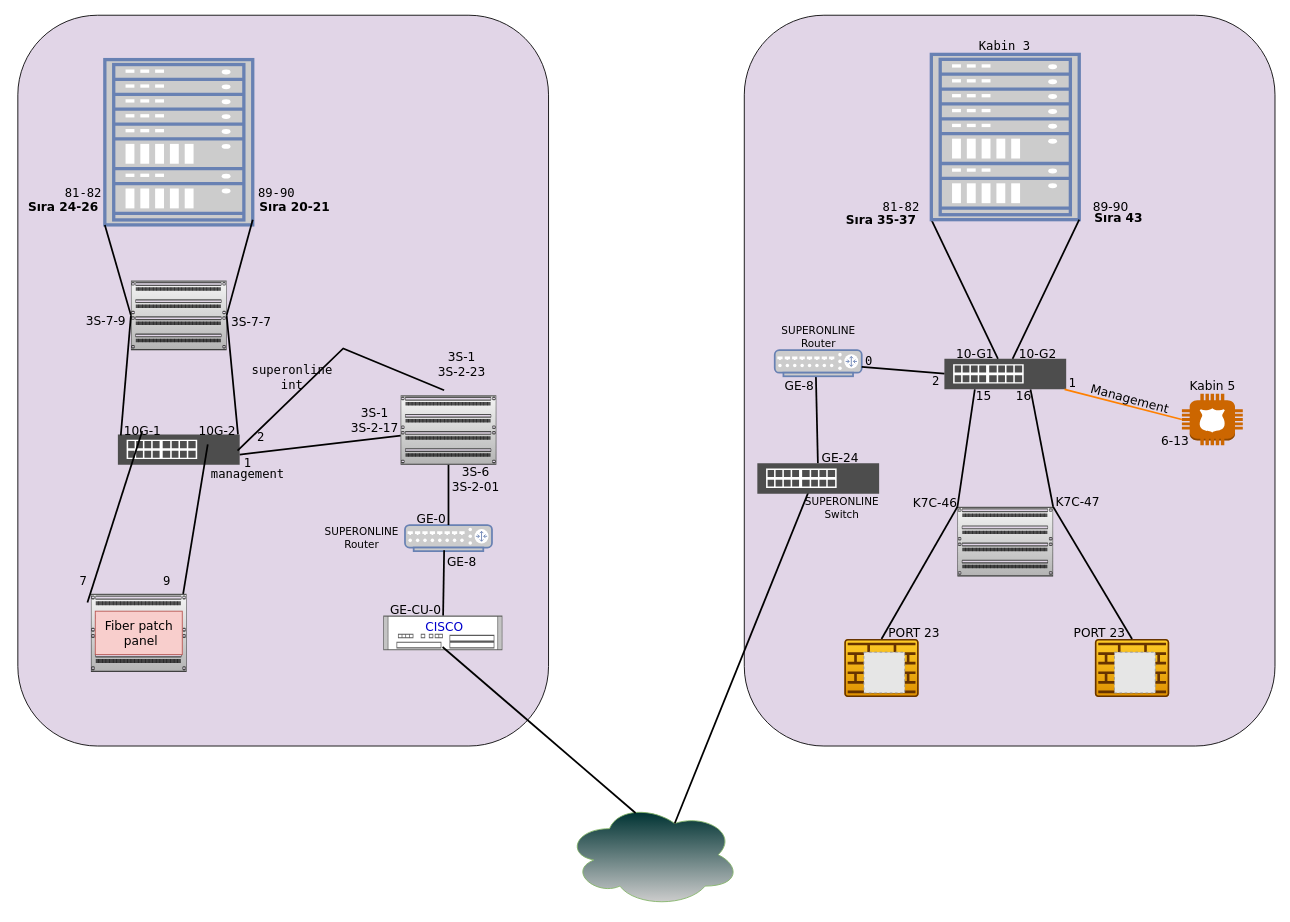
seozdemir/draw.io keeps this draw.io diagram as Başlıksız Diyagram.drawio. Above is the earlier version. Source tidied: cells renumbered, new cells numbered last; positions are measured from the earlier drawing's top-left corner, leaving out a move shared by most shapes. Both pictures are drawn from the tidied source at 87%, with x=0, y=0 at pixel (-83, 33). Pictures stored in the file or linked from it are replaced by grey dashed boxes.
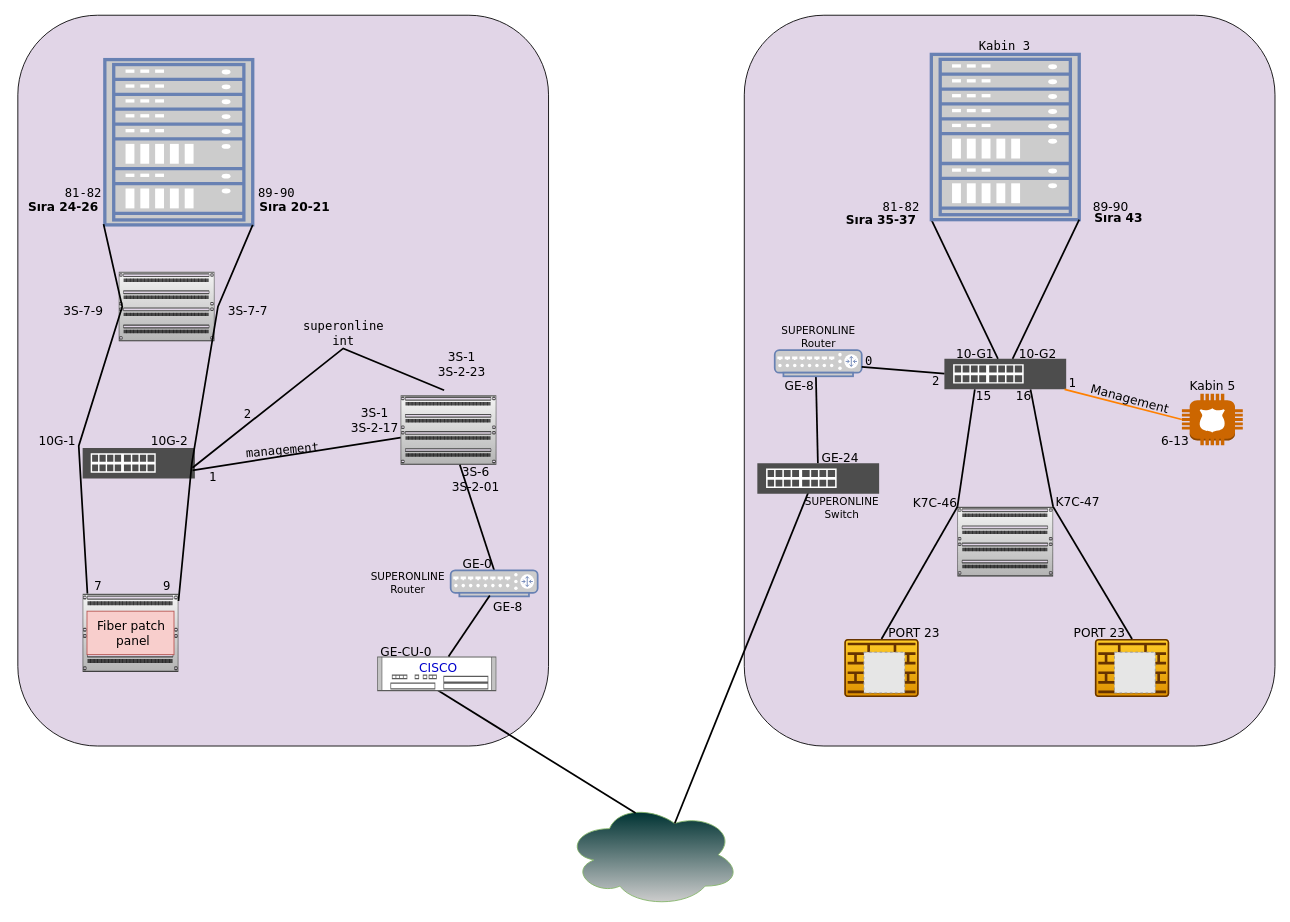
The same diagram, later.

Unchanged cells that the change refers to:
```xml
<mxCell id="13" style="ellipse;shape=cloud;whiteSpace=wrap;html=1;sketch=0;strokeColor=#82B366;fillColor=#003333;gradientColor=#CCCCCC;" parent="1" vertex="1">
  <mxGeometry x="745" y="884" width="200" height="120" as="geometry" />
</mxCell>
<mxCell id="26" style="fontColor=#0066CC;verticalAlign=top;verticalLabelPosition=bottom;labelPosition=center;align=center;html=1;outlineConnect=0;fillColor=#CCCCCC;strokeColor=#6881B3;gradientColor=none;gradientDirection=north;strokeWidth=2;shape=mxgraph.networks.rack;sketch=0;" parent="1" vertex="1">
  <mxGeometry x="215" y="30" width="170" height="190" as="geometry" />
</mxCell>
<mxCell id="28" style="strokeColor=#666666;html=1;labelPosition=right;align=left;spacingLeft=15;shadow=0;dashed=0;outlineConnect=0;shape=mxgraph.rack.general.cat5e_rack_mount_patch_panel_96_ports;fillColor=#f5f5f5;gradientColor=#b3b3b3;" parent="1" vertex="1">
  <mxGeometry x="555" y="415.8" width="110" height="80" as="geometry" />
</mxCell>
<mxCell id="59" value="&lt;font face=&quot;Verdana&quot; style=&quot;font-size: 14px;&quot;&gt;&lt;b style=&quot;&quot;&gt;Sıra 24-26&lt;/b&gt;&lt;/font&gt;" style="text;html=1;align=center;verticalAlign=middle;points=[];strokeColor=none;fillColor=none;" parent="1" vertex="1">
  <mxGeometry x="112" y="184" width="110" height="30" as="geometry" />
</mxCell>
```

The edit, as a diff of the source:
```diff
@@
     <mxCell id="27" style="strokeColor=#666666;html=1;labelPosition=right;align=left;spacingLeft=15;shadow=0;dashed=0;outlineConnect=0;shape=mxgraph.rack.general.cat5e_rack_mount_patch_panel_96_ports;fillColor=#f5f5f5;gradientColor=#b3b3b3;" parent="1" vertex="1">
-      <mxGeometry x="245" y="284" width="110" height="80" as="geometry" />
+      <mxGeometry x="231" y="273.8" width="110" height="80" as="geometry" />
     </mxCell>
@@
     <mxCell id="29" style="sketch=0;shadow=0;dashed=0;html=1;strokeColor=none;fillColor=#4D4D4D;labelPosition=center;verticalLabelPosition=bottom;verticalAlign=top;align=center;outlineConnect=0;shape=mxgraph.veeam2.physical_switch;strokeWidth=0;" parent="1" vertex="1">
-      <mxGeometry x="230" y="460.8" width="140" height="35" as="geometry" />
+      <mxGeometry x="189.5" y="476.5" width="129" height="35" as="geometry" />
     </mxCell>
-    <mxCell id="30" style="fontColor=#0066CC;verticalAlign=top;verticalLabelPosition=bottom;labelPosition=center;align=center;html=1;outlineConnect=0;fillColor=#CCCCCC;strokeColor=#6881B3;gradientColor=none;gradientDirection=north;strokeWidth=2;shape=mxgraph.networks.router;sketch=0;" parent="1" vertex="1">
-      <mxGeometry x="560" y="565" width="100" height="30" as="geometry" />
-    </mxCell>
-    <mxCell id="31" style="shape=mxgraph.rack.cisco.cisco_asr_1002_router;html=1;labelPosition=right;align=left;spacingLeft=15;dashed=0;shadow=0;fillColor=#ffffff;" parent="1" vertex="1">
-      <mxGeometry x="535" y="669" width="137" height="40" as="geometry" />
-    </mxCell>
@@
-    <mxCell id="56" style="endArrow=none;html=1;rounded=0;strokeWidth=2;entryX=0;entryY=1;entryDx=0;entryDy=0;entryPerimeter=0;exitX=0;exitY=0.5;exitDx=0;exitDy=0;exitPerimeter=0;" parent="1" edge="1" source="27" target="26">
-      <mxGeometry relative="1" as="geometry" />
-    </mxCell>
-    <mxCell id="57" style="endArrow=none;html=1;rounded=0;strokeWidth=2;exitX=1;exitY=0.5;exitDx=0;exitDy=0;exitPerimeter=0;" parent="1" edge="1" source="27">
-      <mxGeometry relative="1" as="geometry">
-        <mxPoint x="385" y="214" as="targetPoint" />
-      </mxGeometry>
-    </mxCell>
@@
-    <mxCell id="62" style="endArrow=none;html=1;rounded=0;strokeWidth=2;exitX=0.024;exitY=0.033;exitDx=0;exitDy=0;exitPerimeter=0;" parent="1" edge="1" source="29">
+    <mxCell id="62" style="endArrow=none;html=1;rounded=0;strokeWidth=2;entryX=0.923;entryY=1.172;entryDx=0;entryDy=0;entryPerimeter=0;exitX=0.05;exitY=0;exitDx=0;exitDy=0;exitPerimeter=0;" parent="1" edge="1" source="80" target="59">
       <mxGeometry relative="1" as="geometry">
-        <mxPoint x="245" y="324" as="targetPoint" />
+        <Array as="points">
+          <mxPoint x="185" y="474" />
+          <mxPoint x="235" y="314" />
+        </Array>
       </mxGeometry>
     </mxCell>
-    <mxCell id="63" style="endArrow=none;html=1;rounded=0;strokeWidth=2;exitX=0.986;exitY=0;exitDx=0;exitDy=0;exitPerimeter=0;" parent="1" edge="1" source="29">
-      <mxGeometry x="0.12" y="-22" relative="1" as="geometry">
-        <mxPoint x="355" y="324" as="targetPoint" />
-      </mxGeometry>
-    </mxCell>
     <mxCell id="64" value="&lt;font face=&quot;Verdana&quot; style=&quot;font-size: 14px;&quot;&gt;3S-7-9&lt;/font&gt;" style="text;html=1;align=center;verticalAlign=middle;strokeColor=none;fillColor=none;" parent="1" vertex="1">
-      <mxGeometry x="181" y="316" width="70" height="30" as="geometry" />
+      <mxGeometry x="155" y="304" width="70" height="30" as="geometry" />
     </mxCell>
     <mxCell id="65" value="&lt;font face=&quot;Verdana&quot; style=&quot;font-size: 14px;&quot;&gt;3S-7-7&lt;/font&gt;" style="text;html=1;align=center;verticalAlign=middle;strokeColor=none;fillColor=none;" parent="1" vertex="1">
-      <mxGeometry x="348" y="317" width="70" height="30" as="geometry" />
+      <mxGeometry x="344" y="304" width="70" height="30" as="geometry" />
     </mxCell>
     <mxCell id="66" value="&lt;font face=&quot;Verdana&quot; style=&quot;font-size: 14px;&quot;&gt;10G-1&lt;/font&gt;" style="text;html=1;align=center;verticalAlign=middle;strokeColor=none;fillColor=none;" parent="1" vertex="1">
-      <mxGeometry x="223" y="441.8" width="70" height="30" as="geometry" />
+      <mxGeometry x="125" y="453" width="70" height="30" as="geometry" />
     </mxCell>
     <mxCell id="67" value="&lt;font face=&quot;Verdana&quot; style=&quot;font-size: 14px;&quot;&gt;10G-2&lt;/font&gt;" style="text;html=1;align=center;verticalAlign=middle;points=[];strokeColor=none;fillColor=none;" parent="1" vertex="1">
-      <mxGeometry x="309" y="442.3" width="70" height="30" as="geometry" />
+      <mxGeometry x="254" y="454" width="70" height="30" as="geometry" />
     </mxCell>
-    <mxCell id="68" style="endArrow=none;html=1;rounded=0;strokeWidth=2;" parent="1" edge="1" target="28">
+    <mxCell id="68" style="endArrow=none;html=1;rounded=0;strokeWidth=2;exitX=-0.025;exitY=0.272;exitDx=0;exitDy=0;exitPerimeter=0;" parent="1" edge="1" target="28">
       <mxGeometry x="0.12" y="-22" relative="1" as="geometry">
-        <mxPoint x="370" y="484" as="sourcePoint" />
+        <mxPoint x="315.8" y="502.2" as="sourcePoint" />
       </mxGeometry>
     </mxCell>
     <mxCell id="69" value="&lt;font face=&quot;Lucida Console&quot; style=&quot;font-size: 14px;&quot;&gt;1&lt;/font&gt;" style="text;html=1;align=center;verticalAlign=middle;points=[];strokeColor=none;fillColor=none;" parent="1" vertex="1">
-      <mxGeometry x="364" y="479" width="30" height="30" as="geometry" />
+      <mxGeometry x="324" y="495" width="30" height="30" as="geometry" />
     </mxCell>
@@
-    <mxCell id="73" value="&lt;font face=&quot;Verdana&quot; style=&quot;font-size: 14px;&quot;&gt;GE-0&lt;/font&gt;" style="text;html=1;align=center;verticalAlign=middle;strokeColor=none;fillColor=none;" parent="1" vertex="1">
-      <mxGeometry x="560" y="543" width="60" height="30" as="geometry" />
-    </mxCell>
-    <mxCell id="74" style="endArrow=none;html=1;rounded=0;strokeWidth=2;exitX=0.45;exitY=0.967;exitDx=0;exitDy=0;exitPerimeter=0;" parent="1" edge="1" source="30" target="31">
-      <mxGeometry x="0.12" y="-22" relative="1" as="geometry" />
-    </mxCell>
-    <mxCell id="75" value="&lt;font face=&quot;Verdana&quot; style=&quot;font-size: 14px;&quot;&gt;GE-8&lt;/font&gt;" style="text;html=1;align=center;verticalAlign=middle;strokeColor=none;fillColor=none;" parent="1" vertex="1">
-      <mxGeometry x="595" y="592" width="60" height="30" as="geometry" />
-    </mxCell>
     <mxCell id="76" value="&lt;font face=&quot;Verdana&quot; style=&quot;font-size: 14px;&quot;&gt;GE-CU-0&lt;/font&gt;" style="text;html=1;align=center;verticalAlign=middle;strokeColor=none;fillColor=none;" parent="1" vertex="1">
-      <mxGeometry x="532" y="648" width="80" height="30" as="geometry" />
+      <mxGeometry x="521" y="696" width="80" height="30" as="geometry" />
     </mxCell>
-    <mxCell id="77" style="endArrow=none;html=1;rounded=0;strokeWidth=2;exitX=0.498;exitY=0.904;exitDx=0;exitDy=0;exitPerimeter=0;entryX=0.4;entryY=0.1;entryDx=0;entryDy=0;entryPerimeter=0;" parent="1" edge="1" source="31" target="13">
+    <mxCell id="77" style="endArrow=none;html=1;rounded=0;strokeWidth=2;entryX=0.4;entryY=0.1;entryDx=0;entryDy=0;entryPerimeter=0;exitX=0.495;exitY=0.946;exitDx=0;exitDy=0;exitPerimeter=0;" parent="1" edge="1" source="31" target="13">
       <mxGeometry x="0.12" y="-22" relative="1" as="geometry" />
     </mxCell>
-    <mxCell id="78" value="&lt;font face=&quot;Verdana&quot; style=&quot;font-size: 12px;&quot;&gt;SUPERONLINE&lt;br&gt;Router&lt;/font&gt;" style="text;html=1;align=center;verticalAlign=middle;strokeColor=none;fillColor=none;" parent="1" vertex="1">
-      <mxGeometry x="455" y="560" width="110" height="40" as="geometry" />
-    </mxCell>
-    <mxCell id="79" value="&lt;font face=&quot;Verdana&quot; color=&quot;#0000cc&quot; style=&quot;font-size: 14px;&quot;&gt;CISCO&lt;/font&gt;" style="text;html=1;align=center;verticalAlign=middle;strokeColor=none;fillColor=none;" parent="1" vertex="1">
-      <mxGeometry x="570" y="667" width="70" height="30" as="geometry" />
-    </mxCell>
     <mxCell id="80" style="strokeColor=#666666;html=1;labelPosition=right;align=left;spacingLeft=15;shadow=0;dashed=0;outlineConnect=0;shape=mxgraph.rack.general.cat5e_rack_mount_patch_panel_96_ports;fillColor=#f5f5f5;gradientColor=#b3b3b3;" parent="1" vertex="1">
-      <mxGeometry x="199" y="644" width="110" height="90" as="geometry" />
+      <mxGeometry x="189.5" y="644" width="110" height="90" as="geometry" />
     </mxCell>
     <mxCell id="81" value="&lt;font face=&quot;Verdana&quot; style=&quot;font-size: 14px;&quot;&gt;Fiber patch&lt;br&gt;&amp;nbsp;panel&lt;/font&gt;" style="text;html=1;align=center;verticalAlign=middle;strokeColor=#b85450;fillColor=#f8cecc;" parent="1" vertex="1">
-      <mxGeometry x="204" y="664" width="100" height="50" as="geometry" />
+      <mxGeometry x="194.5" y="664" width="100" height="50" as="geometry" />
     </mxCell>
-    <mxCell id="82" style="endArrow=none;html=1;rounded=0;strokeWidth=2;exitX=0.347;exitY=1;exitDx=0;exitDy=0;exitPerimeter=0;" parent="1" edge="1" source="67">
+    <mxCell id="82" style="endArrow=none;html=1;rounded=0;strokeWidth=2;exitX=1;exitY=1;exitDx=0;exitDy=0;exitPerimeter=0;entryX=0.956;entryY=1.095;entryDx=0;entryDy=0;entryPerimeter=0;" parent="1" edge="1" source="26" target="85">
       <mxGeometry x="0.12" y="-22" relative="1" as="geometry">
-        <mxPoint x="305" y="644" as="targetPoint" />
+        <Array as="points">
+          <mxPoint x="345" y="314" />
+          <mxPoint x="315" y="494" />
+        </Array>
       </mxGeometry>
     </mxCell>
-    <mxCell id="83" style="endArrow=none;html=1;rounded=0;strokeWidth=2;" parent="1" edge="1">
-      <mxGeometry x="0.12" y="-22" relative="1" as="geometry">
-        <mxPoint x="258" y="457" as="sourcePoint" />
-        <mxPoint x="195" y="654" as="targetPoint" />
-      </mxGeometry>
-    </mxCell>
     <mxCell id="84" value="&lt;font face=&quot;Lucida Console&quot; style=&quot;font-size: 14px;&quot;&gt;7&lt;/font&gt;" style="text;html=1;align=center;verticalAlign=middle;strokeColor=none;fillColor=none;" parent="1" vertex="1">
-      <mxGeometry x="175" y="614" width="30" height="30" as="geometry" />
+      <mxGeometry x="192" y="619.5" width="30" height="30" as="geometry" />
     </mxCell>
     <mxCell id="85" value="&lt;font face=&quot;Lucida Console&quot; style=&quot;font-size: 14px;&quot;&gt;9&lt;/font&gt;" style="text;html=1;align=center;verticalAlign=middle;points=[];strokeColor=none;fillColor=none;" parent="1" vertex="1">
-      <mxGeometry x="271" y="614" width="30" height="30" as="geometry" />
+      <mxGeometry x="271" y="619.5" width="30" height="30" as="geometry" />
     </mxCell>
-    <mxCell id="86" value="&lt;font face=&quot;Lucida Console&quot; style=&quot;font-size: 14px;&quot;&gt;management&lt;/font&gt;" style="text;html=1;align=center;verticalAlign=middle;strokeColor=none;fillColor=none;" parent="1" vertex="1">
-      <mxGeometry x="324" y="491" width="110" height="30" as="geometry" />
-    </mxCell>
-    <mxCell id="87" style="endArrow=none;html=1;rounded=0;strokeWidth=2;exitX=0.119;exitY=0.014;exitDx=0;exitDy=0;exitPerimeter=0;" parent="1" edge="1" source="69">
+    <mxCell id="87" style="endArrow=none;html=1;rounded=0;strokeWidth=2;exitX=-0.025;exitY=0.169;exitDx=0;exitDy=0;exitPerimeter=0;" parent="1" edge="1">
       <mxGeometry x="0.12" y="-22" relative="1" as="geometry">
+        <mxPoint x="315.8" y="499.1" as="sourcePoint" />
         <mxPoint x="605" y="410" as="targetPoint" />
         <Array as="points">
           <mxPoint x="489" y="362" />
         </Array>
       </mxGeometry>
     </mxCell>
     <mxCell id="88" value="&lt;font face=&quot;Lucida Console&quot; style=&quot;font-size: 14px;&quot;&gt;2&lt;/font&gt;" style="text;html=1;align=center;verticalAlign=middle;strokeColor=none;fillColor=none;" parent="1" vertex="1">
-      <mxGeometry x="379" y="449" width="30" height="30" as="geometry" />
+      <mxGeometry x="364" y="423" width="30" height="30" as="geometry" />
     </mxCell>
@@
     <mxCell id="90" value="&lt;font face=&quot;Lucida Console&quot; style=&quot;font-size: 14px;&quot;&gt;superonline&lt;br&gt;int&lt;br&gt;&lt;/font&gt;" style="text;html=1;align=center;verticalAlign=middle;strokeColor=none;fillColor=none;" parent="1" vertex="1">
-      <mxGeometry x="370" y="370" width="120" height="50" as="geometry" />
+      <mxGeometry x="428.5" y="319" width="120" height="50" as="geometry" />
     </mxCell>
+    <mxCell id="91" style="group;" parent="1" vertex="1">
+      <mxGeometry x="528" y="714" width="137" height="42" as="geometry" />
+    </mxCell>
+    <mxCell id="31" style="shape=mxgraph.rack.cisco.cisco_asr_1002_router;html=1;labelPosition=right;align=left;spacingLeft=15;dashed=0;shadow=0;fillColor=#ffffff;" parent="91" vertex="1">
+      <mxGeometry y="2" width="137" height="40" as="geometry" />
+    </mxCell>
+    <mxCell id="79" value="&lt;font face=&quot;Verdana&quot; color=&quot;#0000cc&quot; style=&quot;font-size: 14px;&quot;&gt;CISCO&lt;/font&gt;" style="text;html=1;align=center;verticalAlign=middle;strokeColor=none;fillColor=none;" parent="91" vertex="1">
+      <mxGeometry x="35" width="70" height="30" as="geometry" />
+    </mxCell>
+    <mxCell id="92" style="group;" parent="1" vertex="1">
+      <mxGeometry x="507.5" y="595" width="205" height="79" as="geometry" />
+    </mxCell>
+    <mxCell id="30" style="fontColor=#0066CC;verticalAlign=top;verticalLabelPosition=bottom;labelPosition=center;align=center;html=1;outlineConnect=0;fillColor=#CCCCCC;strokeColor=#6881B3;gradientColor=none;gradientDirection=north;strokeWidth=2;shape=mxgraph.networks.router;sketch=0;" parent="92" vertex="1">
+      <mxGeometry x="105" y="22" width="100" height="30" as="geometry" />
+    </mxCell>
+    <mxCell id="73" value="&lt;font face=&quot;Verdana&quot; style=&quot;font-size: 14px;&quot;&gt;GE-0&lt;/font&gt;" style="text;html=1;align=center;verticalAlign=middle;strokeColor=none;fillColor=none;" parent="92" vertex="1">
+      <mxGeometry x="105" width="60" height="30" as="geometry" />
+    </mxCell>
+    <mxCell id="74" style="endArrow=none;html=1;rounded=0;strokeWidth=2;exitX=0.45;exitY=0.967;exitDx=0;exitDy=0;exitPerimeter=0;" parent="92" edge="1" source="30" target="31">
+      <mxGeometry x="0.12" y="-22" relative="1" as="geometry" />
+    </mxCell>
+    <mxCell id="75" value="&lt;font face=&quot;Verdana&quot; style=&quot;font-size: 14px;&quot;&gt;GE-8&lt;/font&gt;" style="text;html=1;align=center;verticalAlign=middle;strokeColor=none;fillColor=none;" parent="92" vertex="1">
+      <mxGeometry x="140" y="49" width="60" height="30" as="geometry" />
+    </mxCell>
+    <mxCell id="78" value="&lt;font face=&quot;Verdana&quot; style=&quot;font-size: 12px;&quot;&gt;SUPERONLINE&lt;br&gt;Router&lt;/font&gt;" style="text;html=1;align=center;verticalAlign=middle;strokeColor=none;fillColor=none;" parent="92" vertex="1">
+      <mxGeometry y="17" width="110" height="40" as="geometry" />
+    </mxCell>
+    <mxCell id="86" value="&lt;font face=&quot;Lucida Console&quot; style=&quot;font-size: 14px;&quot;&gt;management&lt;/font&gt;" style="text;html=1;align=center;verticalAlign=middle;strokeColor=none;fillColor=none;rotation=-5;" parent="1" vertex="1">
+      <mxGeometry x="364" y="464" width="110" height="30" as="geometry" />
+    </mxCell>
```
